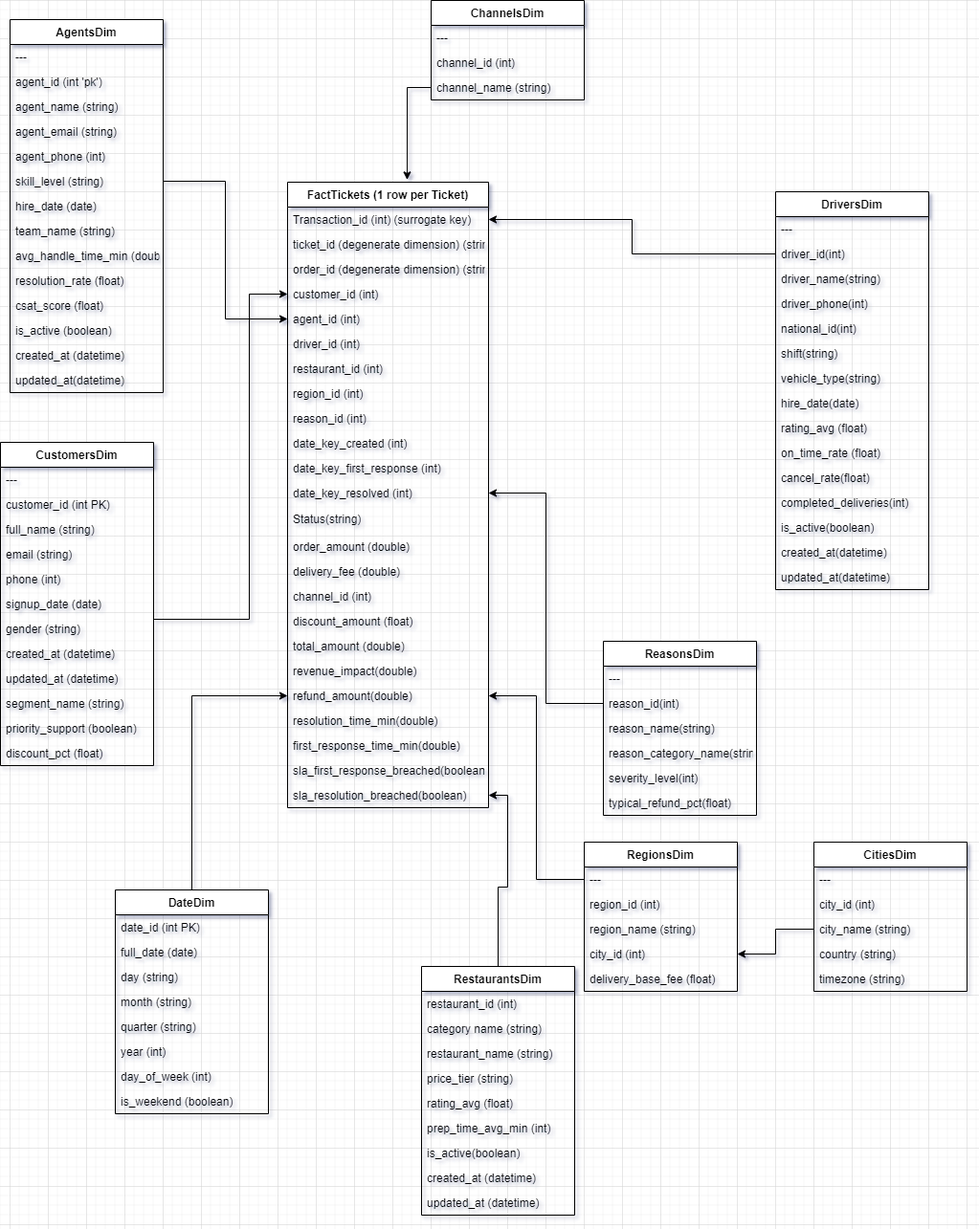
Earlier version of the draw.io export Images/dimendsionalModel.drawio.png (asemEmad47/FastFeast-PythonProject). Source tidied: cells renumbered, new cells last; positions are measured from the earlier drawing's top-left corner, leaving out a move shared by most shapes.
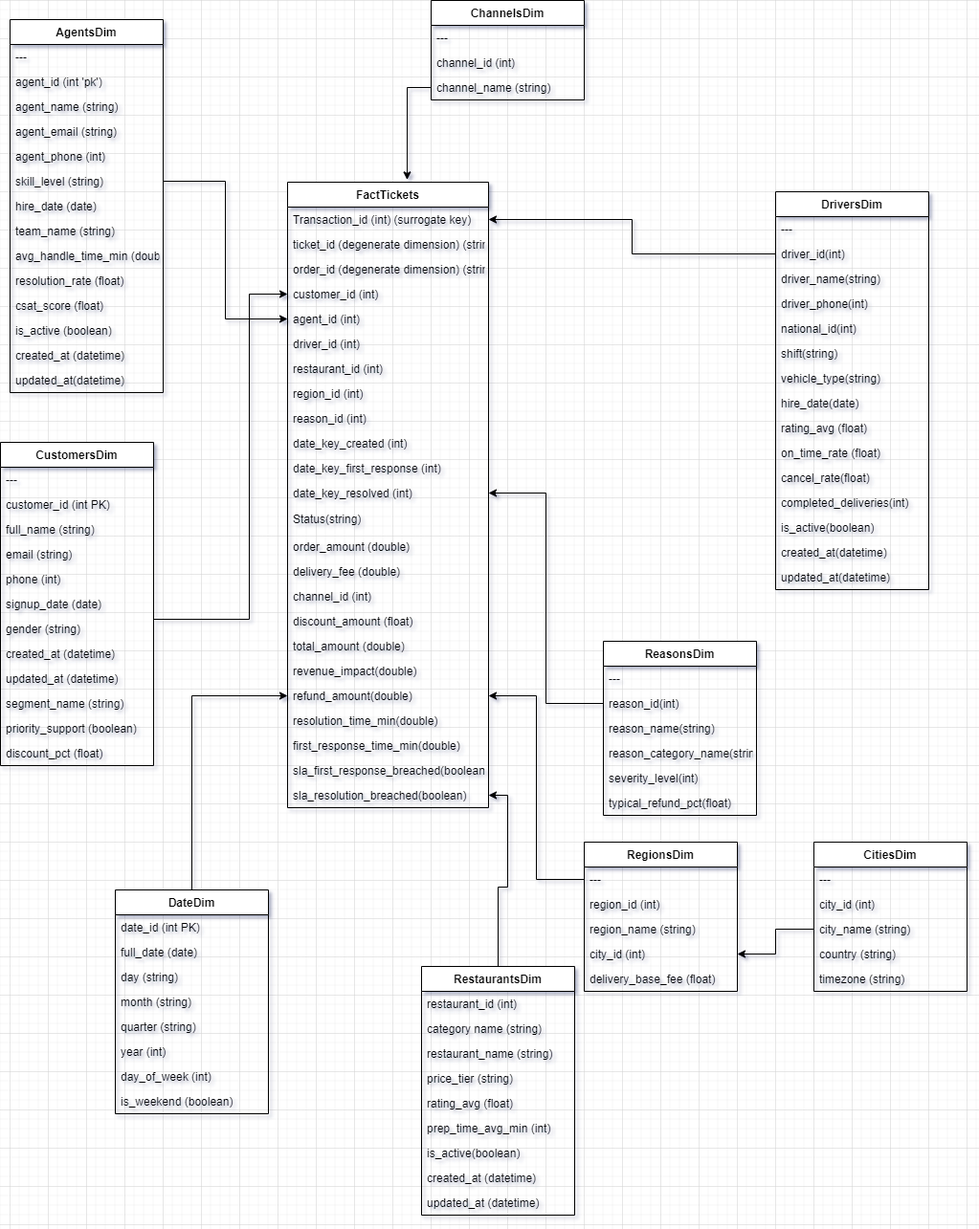
After the commit.

Commit message:
fix : dimensional model image in readme

Change to the diagram source:
```diff
@@ -2,7 +2,7 @@
   <root>
     <mxCell id="0" />
     <mxCell id="1" parent="0" />
-    <mxCell id="2" value="FactTickets (1 row per Ticket)" style="swimlane;fontStyle=1;horizontal=1;startSize=26;" parent="1" vertex="1">
+    <mxCell id="2" value="FactTickets" style="swimlane;fontStyle=1;horizontal=1;startSize=26;" parent="1" vertex="1">
       <mxGeometry x="300" y="190" width="210" height="654" as="geometry" />
     </mxCell>
     <mxCell id="3" value="Transaction_id (int) (surrogate key)" style="text;align=left;verticalAlign=top;spacingLeft=4;spacingRight=4;overflow=hidden;points=[[0,0.5],[1,0.5]];portConstraint=eastwest;" parent="2" vertex="1">
```
